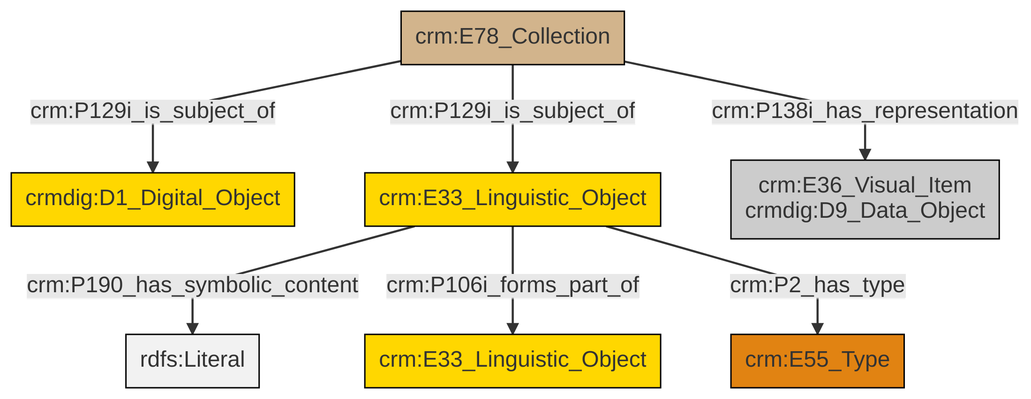
This is et/archivalCSV/ttl/mmd/png/archival_docs.png from swiss-art-research-net/docs.swissartresearch, a Mermaid export, as it was before one commit. Its source is kept beside it as et/archivalCSV/ttl/mmd/archival_docs.ttl.mmd.
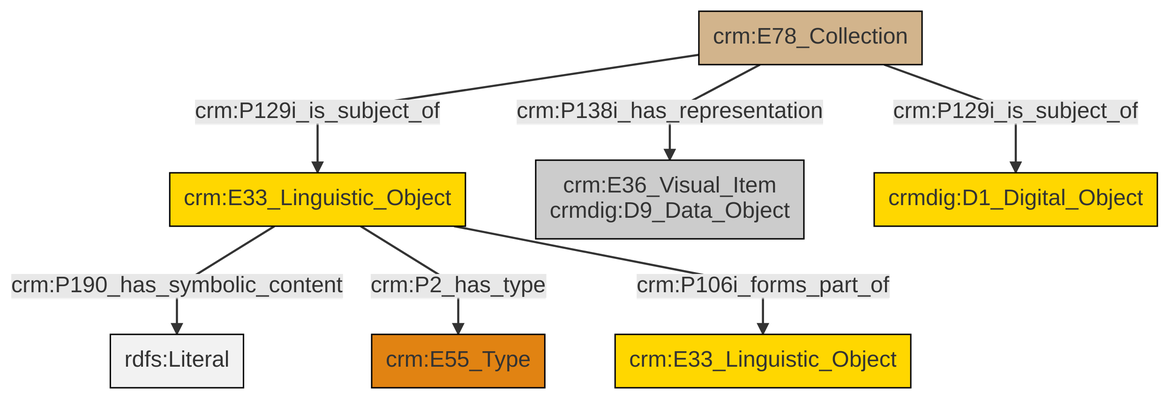
After the change.

Change to the diagram source:
```diff
@@ -13,9 +13,9 @@
 classDef PC_Classes fill:#4ce600, stroke:#000000;
 classDef Multi fill:#cccccc,stroke:#000000;
 
-4["crm:E33_Linguistic_Object"]:::Conceptual_Object -->|crm:P190_has_symbolic_content| 5[rdfs:Literal]:::Literal
-7["crm:E78_Collection"]:::Physical_Thing -->|crm:P129i_is_subject_of| 0["crmdig:D1_Digital_Object"]:::Conceptual_Object
-4["crm:E33_Linguistic_Object"]:::Conceptual_Object -->|crm:P106i_forms_part_of| 2["crm:E33_Linguistic_Object"]:::Conceptual_Object
-4["crm:E33_Linguistic_Object"]:::Conceptual_Object -->|crm:P2_has_type| 11["crm:E55_Type"]:::Type
-7["crm:E78_Collection"]:::Physical_Thing -->|crm:P138i_has_representation| 9["crm:E36_Visual_Item<br>crmdig:D9_Data_Object"]:::Multi
-7["crm:E78_Collection"]:::Physical_Thing -->|crm:P129i_is_subject_of| 4["crm:E33_Linguistic_Object"]:::Conceptual_Object
+0["crm:E33_Linguistic_Object"]:::Conceptual_Object -->|crm:P190_has_symbolic_content| 1[rdfs:Literal]:::Literal
+0["crm:E33_Linguistic_Object"]:::Conceptual_Object -->|crm:P2_has_type| 2["crm:E55_Type"]:::Type
+0["crm:E33_Linguistic_Object"]:::Conceptual_Object -->|crm:P106i_forms_part_of| 8["crm:E33_Linguistic_Object"]:::Conceptual_Object
+3["crm:E78_Collection"]:::Physical_Thing -->|crm:P129i_is_subject_of| 11["crmdig:D1_Digital_Object"]:::Conceptual_Object
+3["crm:E78_Collection"]:::Physical_Thing -->|crm:P129i_is_subject_of| 0["crm:E33_Linguistic_Object"]:::Conceptual_Object
+3["crm:E78_Collection"]:::Physical_Thing -->|crm:P138i_has_representation| 5["crm:E36_Visual_Item<br>crmdig:D9_Data_Object"]:::Multi
```
